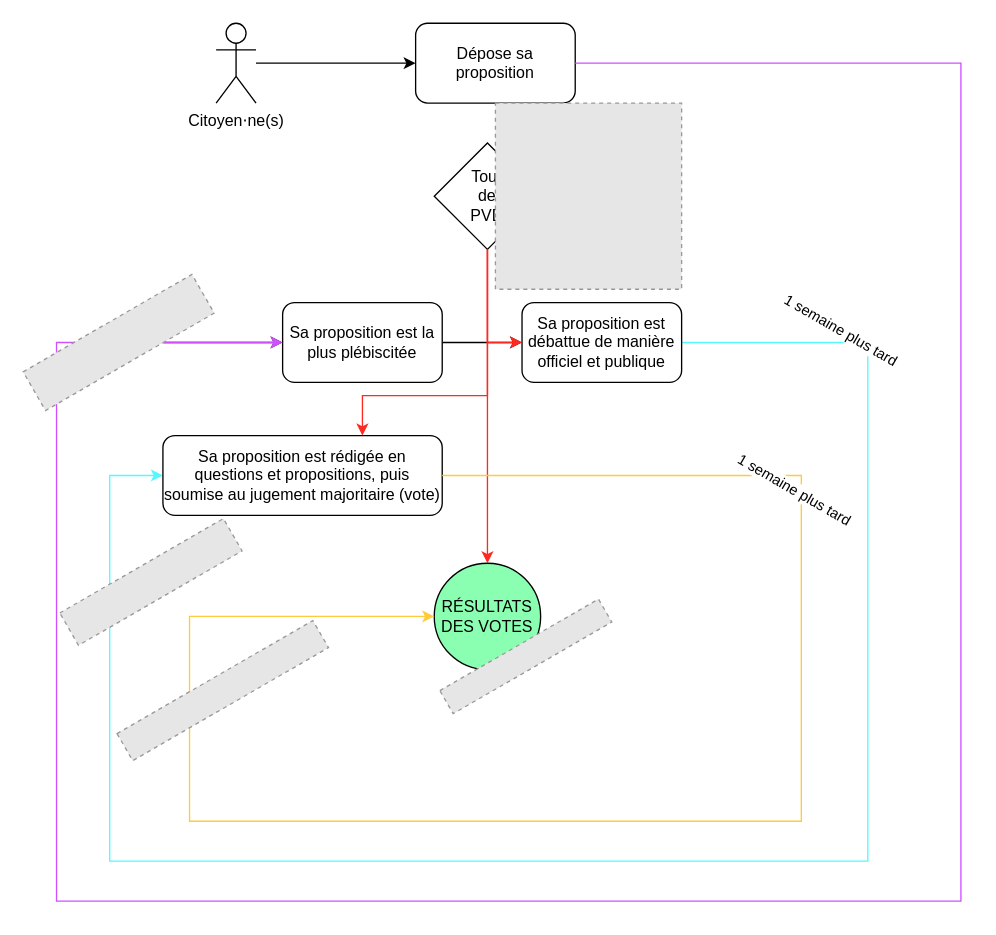
This is page "Dépot d'une proposition" (2 of 3) of InteractionPVD.drawio from emilienGallet/PVD_fonctionement_ext, a draw.io file, before an edit. Source tidied: cells renumbered, new cells numbered last; positions are measured from the earlier drawing's top-left corner, leaving out a move shared by most shapes. Both pictures are drawn from the tidied source at 133%, with x=0, y=0 at pixel (21, 23). Pictures stored in the file or linked from it are replaced by grey dashed boxes.
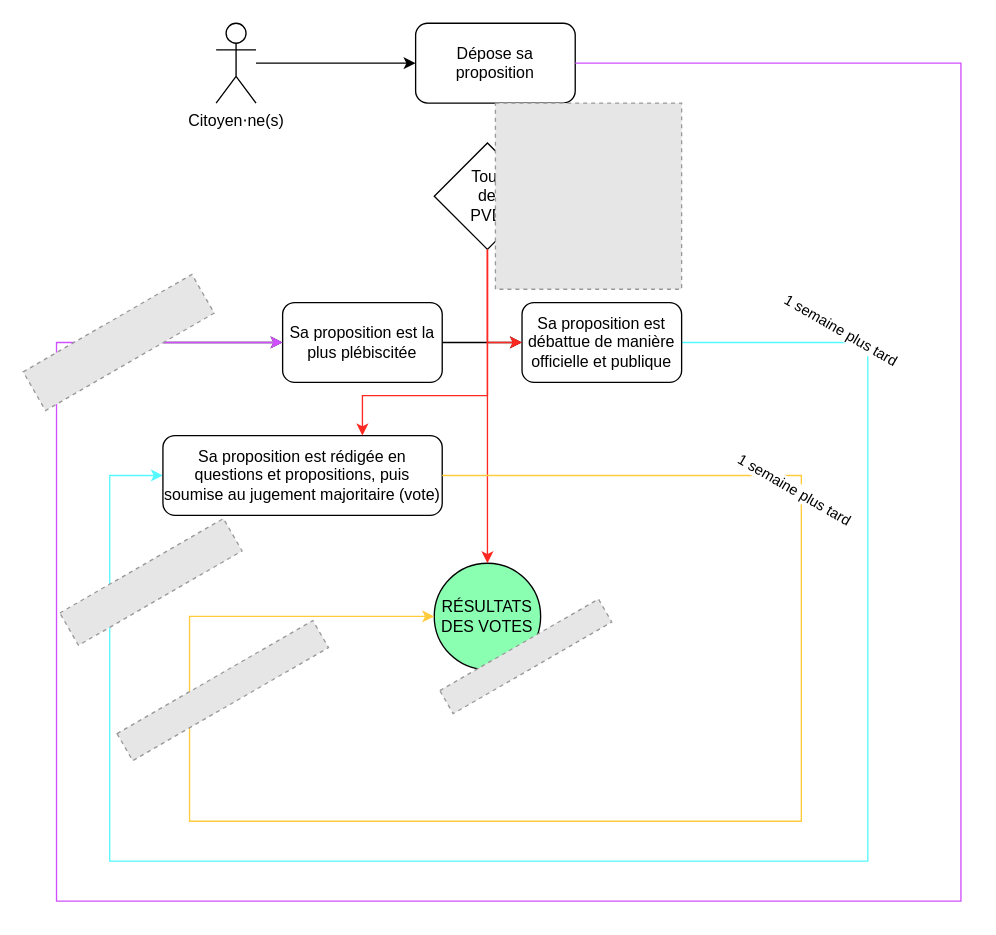
After the change.

Commit message:
Mettre à jour InteractionPVD.drawio

The edit, as a diff of the source:
```diff
@@
-    <mxCell id="10" value="Sa proposition est débattue de manière officiel et publique" style="rounded=1;whiteSpace=wrap;html=1;" parent="1" vertex="1">
+    <mxCell id="10" value="Sa proposition est débattue de manière officielle et publique" style="rounded=1;whiteSpace=wrap;html=1;" parent="1" vertex="1">
       <mxGeometry x="376" y="210" width="120" height="60" as="geometry" />
     </mxCell>
```
